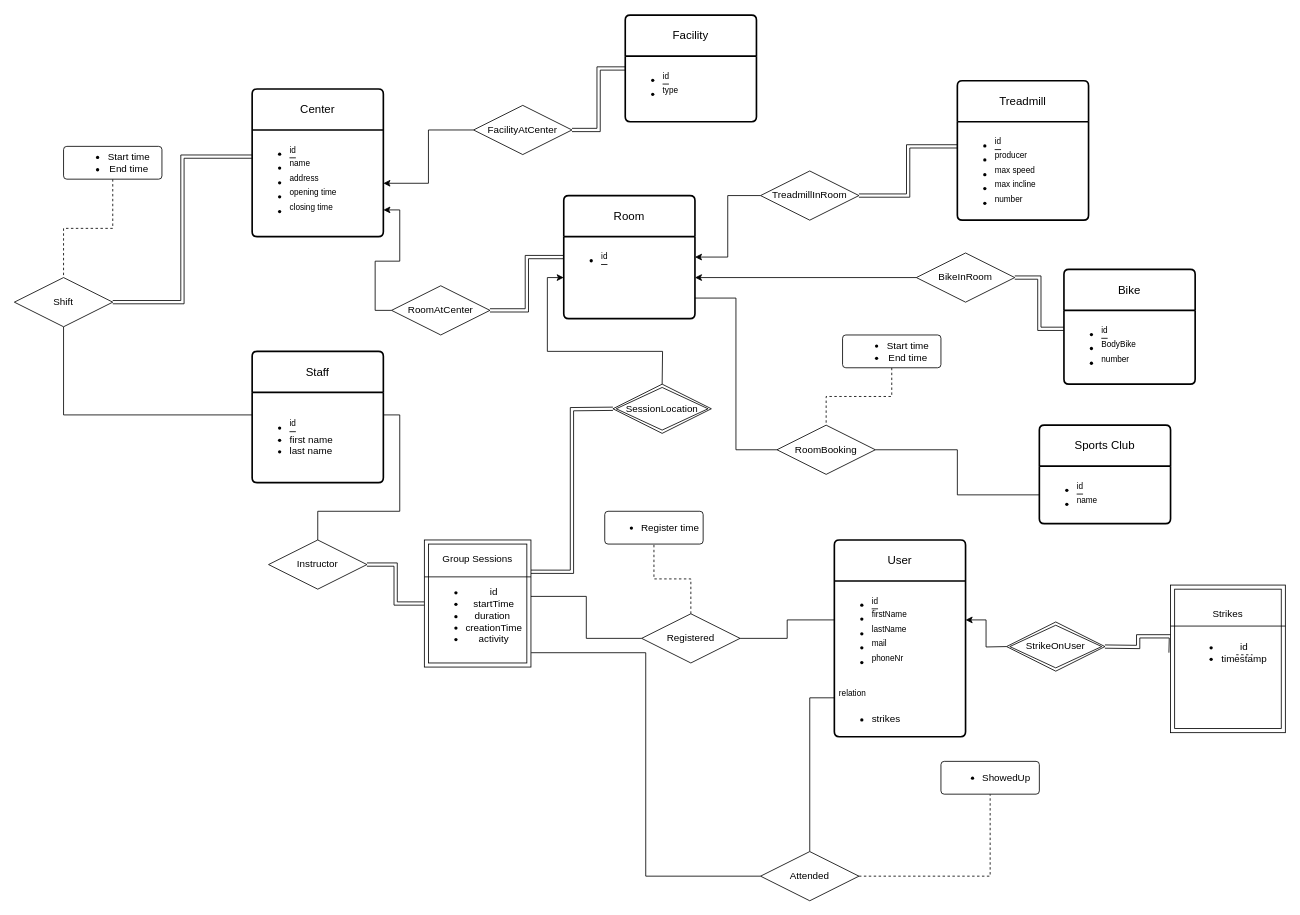
Earlier version of the draw.io diagram er-diagram.drawio (Simenf05/database-project). Source tidied: cells renumbered, new cells numbered last; positions are measured from the earlier drawing's top-left corner, leaving out a move shared by most shapes. Both pictures are drawn from the tidied source at 82%, with x=0, y=0 at pixel (14, 15).
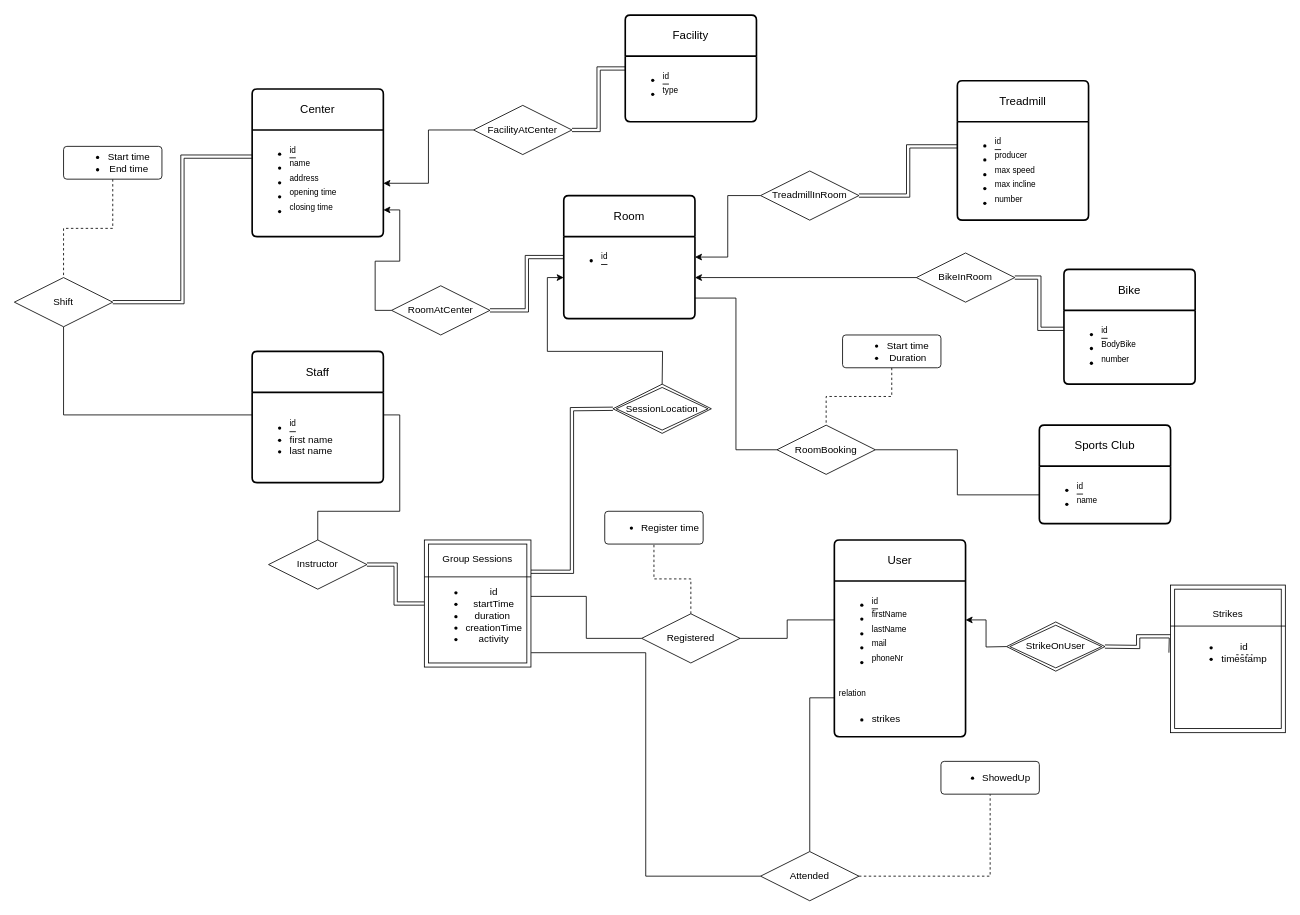
The same diagram, later.

Change to the diagram source:
```diff
@@
-    <mxCell id="55" value="&lt;div&gt;&lt;ul&gt;&lt;li&gt;Start time&lt;/li&gt;&lt;li&gt;End time&lt;/li&gt;&lt;/ul&gt;&lt;/div&gt;" style="rounded=1;arcSize=10;whiteSpace=wrap;html=1;align=center;" parent="1" vertex="1">
+    <mxCell id="55" value="&lt;ul&gt;&lt;li&gt;Start time&lt;/li&gt;&lt;li&gt;Duration&lt;/li&gt;&lt;/ul&gt;" style="rounded=1;arcSize=10;whiteSpace=wrap;html=1;align=center;" parent="1" vertex="1">
       <mxGeometry x="1010" y="390" width="120" height="40" as="geometry" />
     </mxCell>
```
